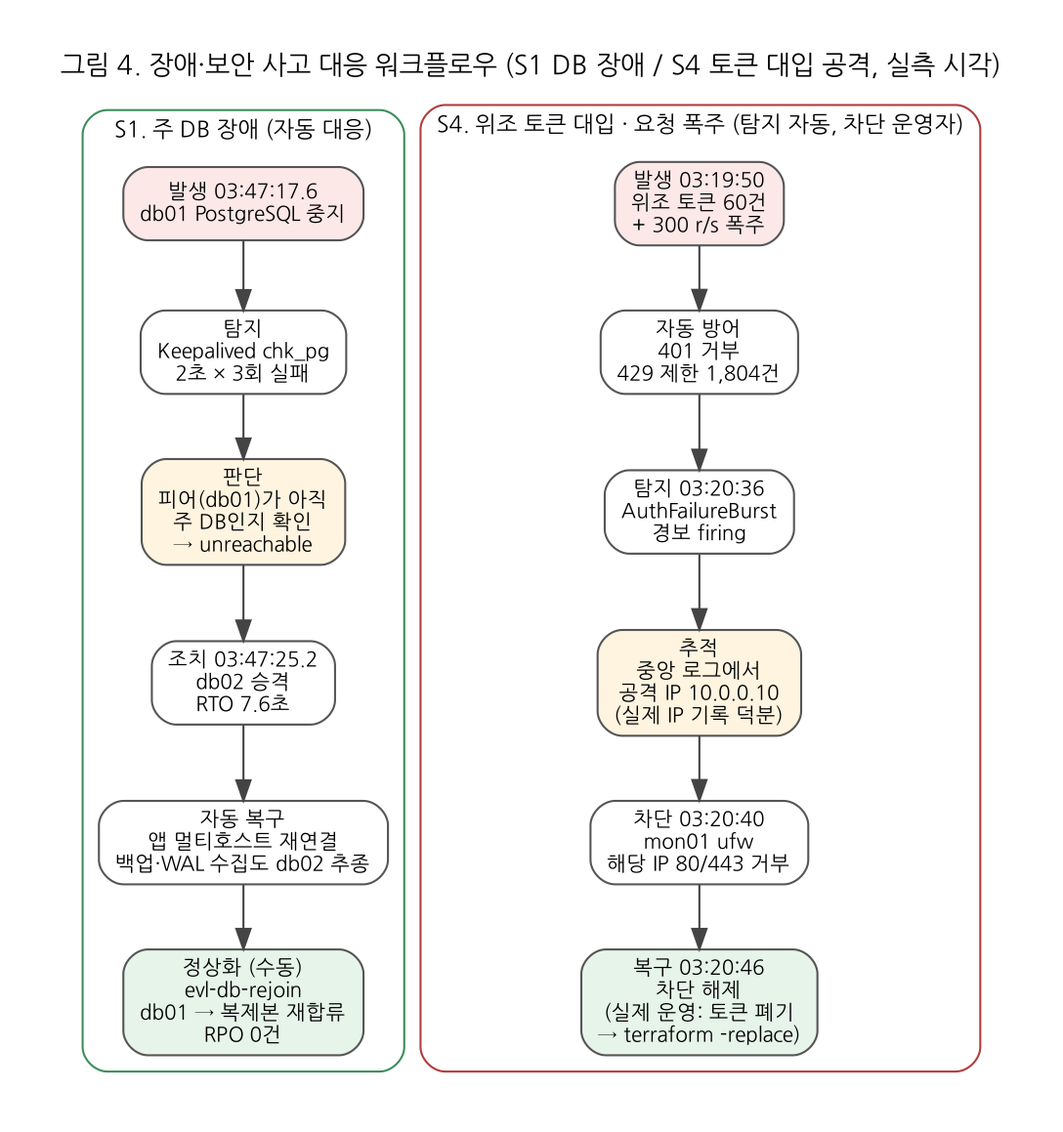
Above: docs/img/incident-flow.png in pieon29/evlocker (Graphviz), before the change. Its source is kept beside it as docs/diagrams/incident-flow.dot.
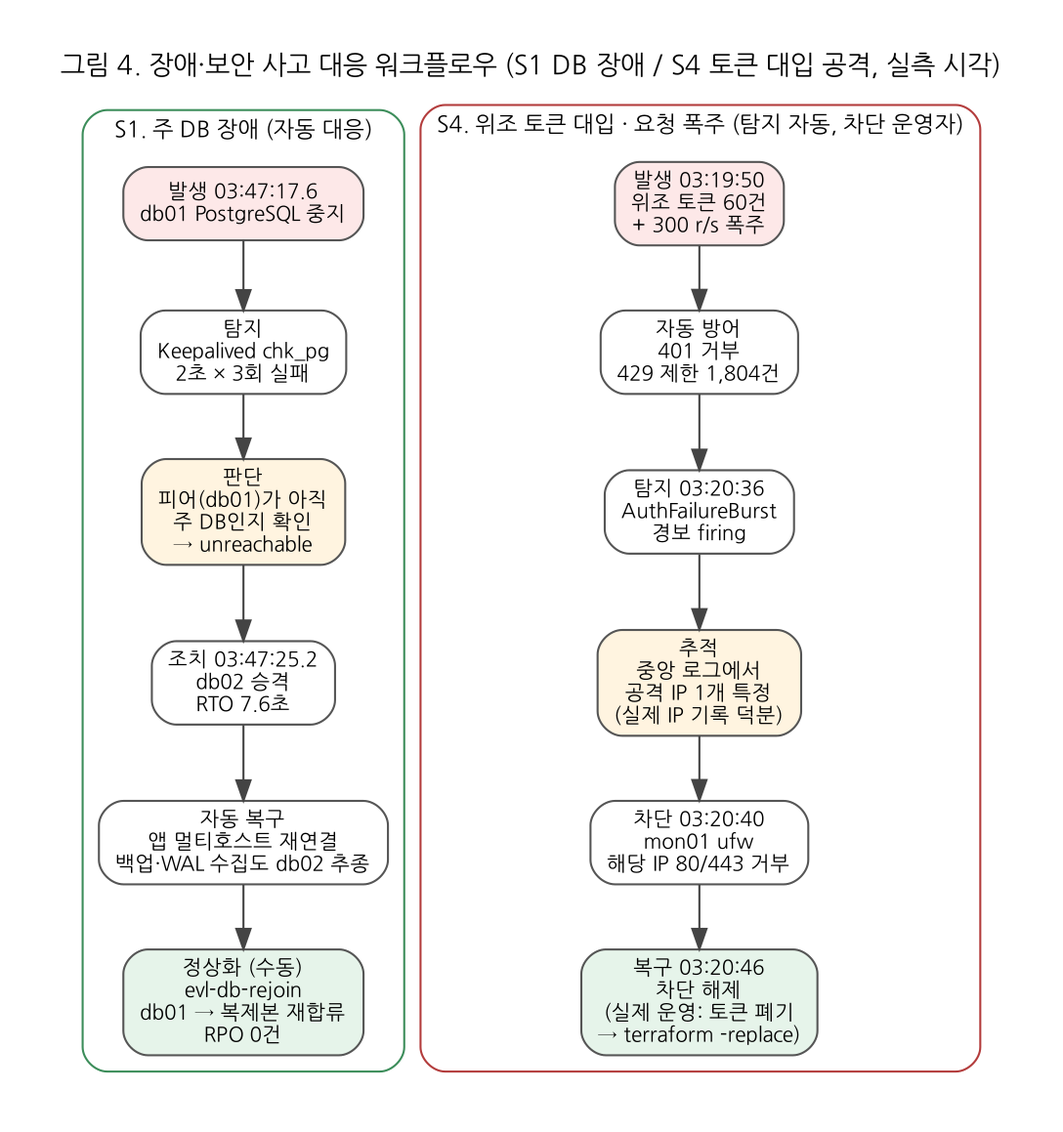
The same file after the commit.

The edit, as a diff of the source:
```diff
@@ -19,7 +19,7 @@
     b1 [label="발생 03:19:50\n위조 토큰 60건\n+ 300 r/s 폭주", fillcolor="#fde8e8"];
     b2 [label="자동 방어\n401 거부\n429 제한 1,804건"];
     b3 [label="탐지 03:20:36\nAuthFailureBurst\n경보 firing"];
-    b4 [label="추적\n중앙 로그에서\n공격 IP 10.0.0.10\n(실제 IP 기록 덕분)", fillcolor="#fff4e0"];
+    b4 [label="추적\n중앙 로그에서\n공격 IP 1개 특정\n(실제 IP 기록 덕분)", fillcolor="#fff4e0"];
     b5 [label="차단 03:20:40\nmon01 ufw\n해당 IP 80/443 거부"];
     b6 [label="복구 03:20:46\n차단 해제\n(실제 운영: 토큰 폐기\n→ terraform -replace)", fillcolor="#e6f4ea"];
     b1 -> b2 -> b3 -> b4 -> b5 -> b6;
```
